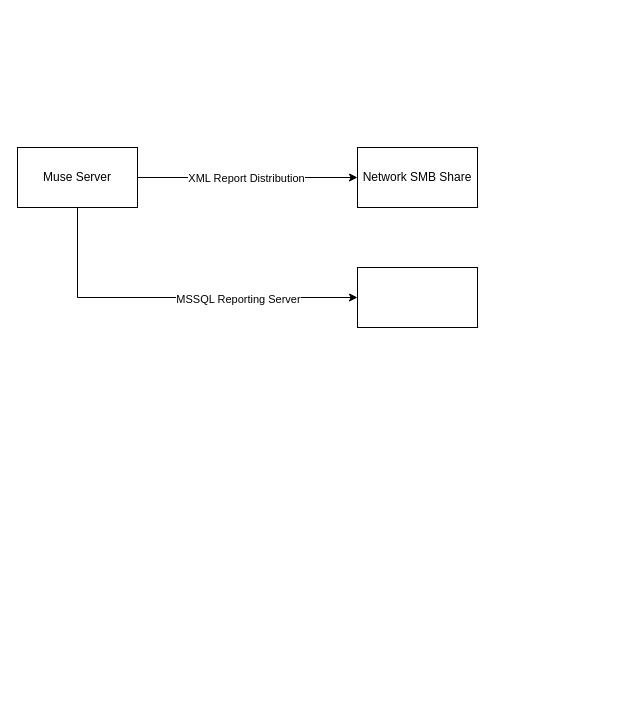
Earlier version of the draw.io diagram flow.drawio (dmexs/muse_etl). Source tidied: cells renumbered, new cells numbered last; positions are measured from the earlier drawing's top-left corner, leaving out a move shared by most shapes. Both pictures are drawn from the tidied source at 100%, with x=0, y=0 at pixel (17, 147).
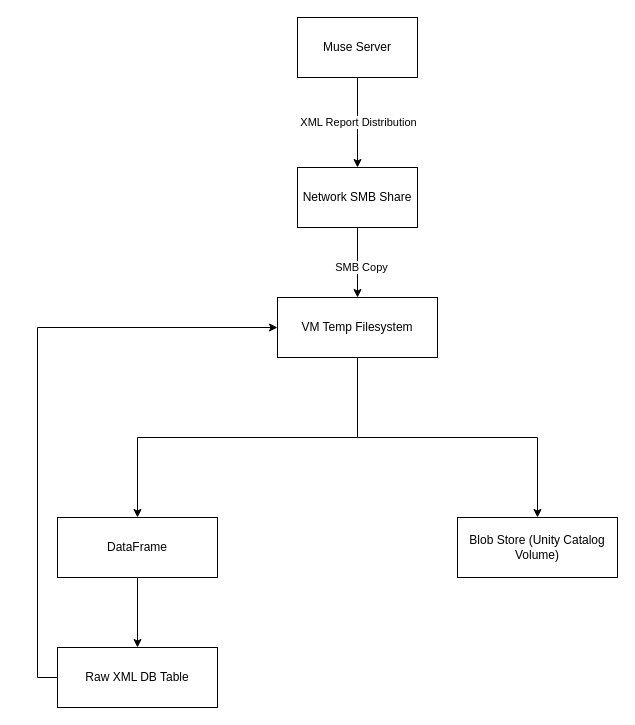
The same diagram, later.

Diff of the diagram source:
```diff
@@
 <mxGraphModel>
   <root>
     <mxCell id="0" />
     <mxCell id="1" parent="0" />
     <mxCell id="2" style="edgeStyle=orthogonalEdgeStyle;rounded=0;jettySize=auto;html=1;" parent="1" edge="1" source="6" target="7">
       <mxGeometry relative="1" as="geometry" />
     </mxCell>
     <mxCell id="3" value="XML Report Distribution" style="edgeLabel;html=1;align=center;verticalAlign=middle;" parent="2" vertex="1">
       <mxGeometry x="-0.02" relative="1" as="geometry" />
     </mxCell>
-    <mxCell id="4" style="edgeStyle=orthogonalEdgeStyle;rounded=0;jettySize=auto;html=1;exitX=0.5;exitY=1;exitDx=0;exitDy=0;entryX=0;entryY=0.5;entryDx=0;entryDy=0;" parent="1" edge="1" source="6" target="8">
-      <mxGeometry relative="1" as="geometry" />
-    </mxCell>
-    <mxCell id="5" value="MSSQL Reporting Server" style="edgeLabel;html=1;align=center;verticalAlign=middle;" parent="4" vertex="1">
-      <mxGeometry x="0.35" y="-1" relative="1" as="geometry" />
-    </mxCell>
     <mxCell id="6" value="Muse Server" style="rounded=0;whiteSpace=wrap;html=1;" parent="1" vertex="1">
-      <mxGeometry width="120" height="60" as="geometry" />
+      <mxGeometry x="280" y="-130" width="120" height="60" as="geometry" />
     </mxCell>
+    <mxCell id="9" style="edgeStyle=orthogonalEdgeStyle;rounded=0;jettySize=auto;html=1;exitX=0.5;exitY=1;exitDx=0;exitDy=0;" parent="1" edge="1" source="7" target="13">
+      <mxGeometry relative="1" as="geometry" />
+    </mxCell>
+    <mxCell id="10" value="SMB Copy" style="edgeLabel;html=1;align=center;verticalAlign=middle;" parent="9" vertex="1">
+      <mxGeometry x="0.11" y="3" relative="1" as="geometry" />
+    </mxCell>
     <mxCell id="7" value="Network SMB Share" style="rounded=0;whiteSpace=wrap;html=1;" parent="1" vertex="1">
-      <mxGeometry x="340" width="120" height="60" as="geometry" />
+      <mxGeometry x="280" y="20" width="120" height="60" as="geometry" />
     </mxCell>
-    <mxCell id="8" style="rounded=0;whiteSpace=wrap;html=1;" parent="1" vertex="1">
-      <mxGeometry x="340" y="120" width="120" height="60" as="geometry" />
-    </mxCell>
+    <mxCell id="11" style="edgeStyle=orthogonalEdgeStyle;rounded=0;jettySize=auto;html=1;exitX=0.5;exitY=1;exitDx=0;exitDy=0;" parent="1" edge="1" source="13" target="18">
+      <mxGeometry relative="1" as="geometry" />
+    </mxCell>
+    <mxCell id="12" style="edgeStyle=orthogonalEdgeStyle;rounded=0;jettySize=auto;html=1;exitX=0.5;exitY=1;exitDx=0;exitDy=0;entryX=0.5;entryY=0;entryDx=0;entryDy=0;" parent="1" edge="1" source="13" target="15">
+      <mxGeometry relative="1" as="geometry" />
+    </mxCell>
+    <mxCell id="13" value="VM Temp Filesystem" style="rounded=0;whiteSpace=wrap;html=1;" parent="1" vertex="1">
+      <mxGeometry x="260" y="150" width="160" height="60" as="geometry" />
+    </mxCell>
+    <mxCell id="14" style="edgeStyle=orthogonalEdgeStyle;rounded=0;jettySize=auto;html=1;exitX=0.5;exitY=1;exitDx=0;exitDy=0;" parent="1" edge="1" source="15" target="17">
+      <mxGeometry relative="1" as="geometry" />
+    </mxCell>
+    <mxCell id="15" value="DataFrame" style="rounded=0;whiteSpace=wrap;html=1;" parent="1" vertex="1">
+      <mxGeometry x="40" y="370" width="160" height="60" as="geometry" />
+    </mxCell>
+    <mxCell id="16" style="edgeStyle=orthogonalEdgeStyle;rounded=0;jettySize=auto;html=1;exitX=0;exitY=0.5;exitDx=0;exitDy=0;entryX=0;entryY=0.5;entryDx=0;entryDy=0;" parent="1" edge="1" source="17" target="13">
+      <mxGeometry relative="1" as="geometry" />
+    </mxCell>
+    <mxCell id="17" value="Raw XML DB Table" style="rounded=0;whiteSpace=wrap;html=1;" parent="1" vertex="1">
+      <mxGeometry x="40" y="500" width="160" height="60" as="geometry" />
+    </mxCell>
+    <mxCell id="18" value="Blob Store (Unity Catalog Volume)" style="rounded=0;whiteSpace=wrap;html=1;" parent="1" vertex="1">
+      <mxGeometry x="440" y="370" width="160" height="60" as="geometry" />
+    </mxCell>
   </root>
 </mxGraphModel>
```
